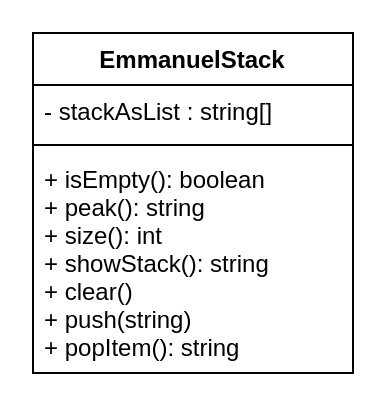
This is design/EmmanuelStack.drawio from Emmanuel-Fofeyin/ICS4U-Unit2-04-Typescript, a draw.io file, before an edit. Source tidied: cells renumbered, new cells numbered last; positions are measured from the earlier drawing's top-left corner, leaving out a move shared by most shapes. Both pictures are drawn from the tidied source at 200%, with x=0, y=0 at pixel (32, 32).
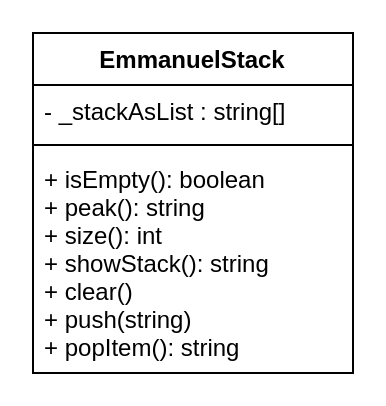
The same diagram, later.

Commit message (it also covers changes not shown here):
good job bro, never back down never WHAT!!!!!

What changed in the source:
```diff
@@
 <mxGraphModel>
   <root>
     <mxCell id="0" />
     <mxCell id="1" parent="0" />
     <mxCell id="2" value="EmmanuelStack" style="swimlane;fontStyle=1;align=center;verticalAlign=top;horizontal=1;startSize=26;" parent="1" vertex="1">
       <mxGeometry width="160" height="170" as="geometry" />
     </mxCell>
-    <mxCell id="3" value="- stackAsList : string[]" style="text;strokeColor=none;fillColor=none;align=left;verticalAlign=top;spacingLeft=4;spacingRight=4;overflow=hidden;" parent="2" vertex="1">
+    <mxCell id="3" value="- _stackAsList : string[]" style="text;strokeColor=none;fillColor=none;align=left;verticalAlign=top;spacingLeft=4;spacingRight=4;overflow=hidden;" parent="2" vertex="1">
       <mxGeometry y="26" width="160" height="26" as="geometry" />
     </mxCell>
     <mxCell id="4" style="line;strokeWidth=1;fillColor=none;align=left;verticalAlign=middle;spacingTop=-1;spacingLeft=3;spacingRight=3;labelPosition=right;strokeColor=inherit;" parent="2" vertex="1">
       <mxGeometry y="52" width="160" height="8" as="geometry" />
     </mxCell>
     <mxCell id="5" value="+ isEmpty(): boolean&#10;+ peak(): string&#10;+ size(): int&#10;+ showStack(): string&#10;+ clear()&#10;+ push(string)&#10;+ popItem(): string" style="text;strokeColor=none;fillColor=none;align=left;verticalAlign=top;spacingLeft=4;spacingRight=4;overflow=hidden;" parent="2" vertex="1">
       <mxGeometry y="60" width="160" height="110" as="geometry" />
     </mxCell>
   </root>
 </mxGraphModel>
```
